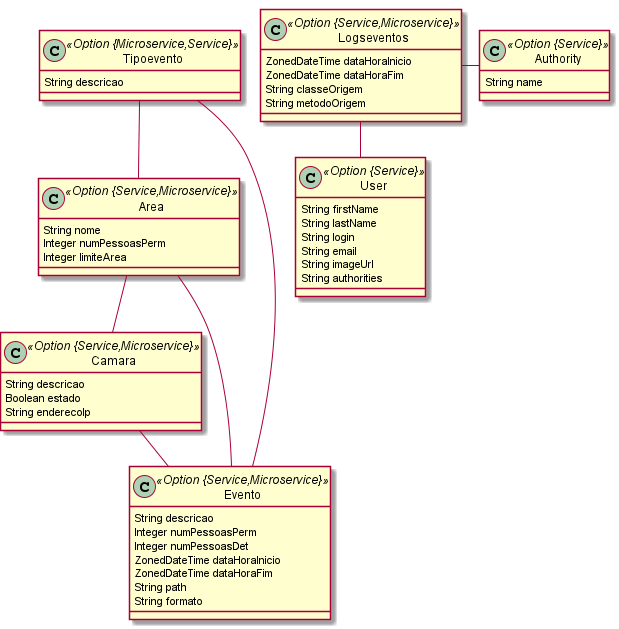
NunoVelosoMIEGSI/prisontech keeps this PlantUML diagram as base_dados/bd.png. Above is the earlier version.
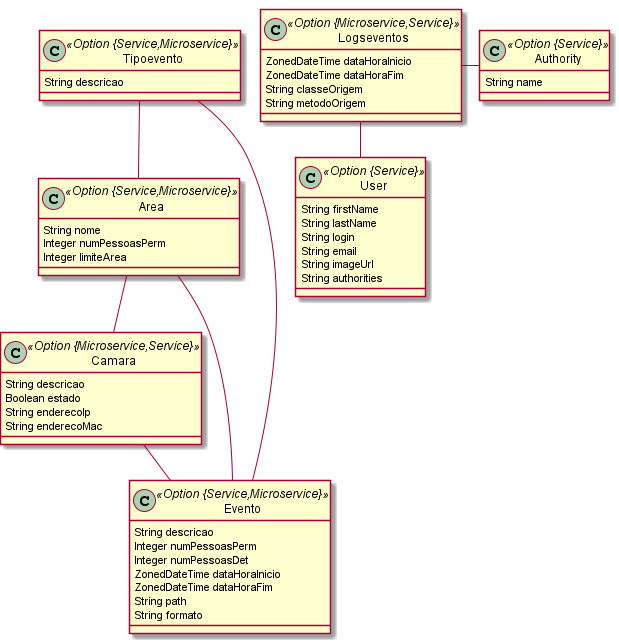
After the change.

What changed in the source:
```diff
@@ -6,12 +6,13 @@
 		Integer numPessoasPerm
 		Integer limiteArea
 	}
-	class Camara <<Option {Service,Microservice}>> {
+	class Camara <<Option {Microservice,Service}>> {
 		String descricao
 		Boolean estado
 		String enderecoIp
+		String enderecoMac
 	}
-	class Tipoevento <<Option {Microservice,Service}>> {
+	class Tipoevento <<Option {Service,Microservice}>> {
 		String descricao
 	}
 	class Evento <<Option {Service,Microservice}>> {
@@ -23,7 +24,7 @@
 		String path
 		String formato
 	}
-	class Logseventos <<Option {Service,Microservice}>> {
+	class Logseventos <<Option {Microservice,Service}>> {
 		ZonedDateTime dataHoraInicio
 		ZonedDateTime dataHoraFim
 		String classeOrigem
```
